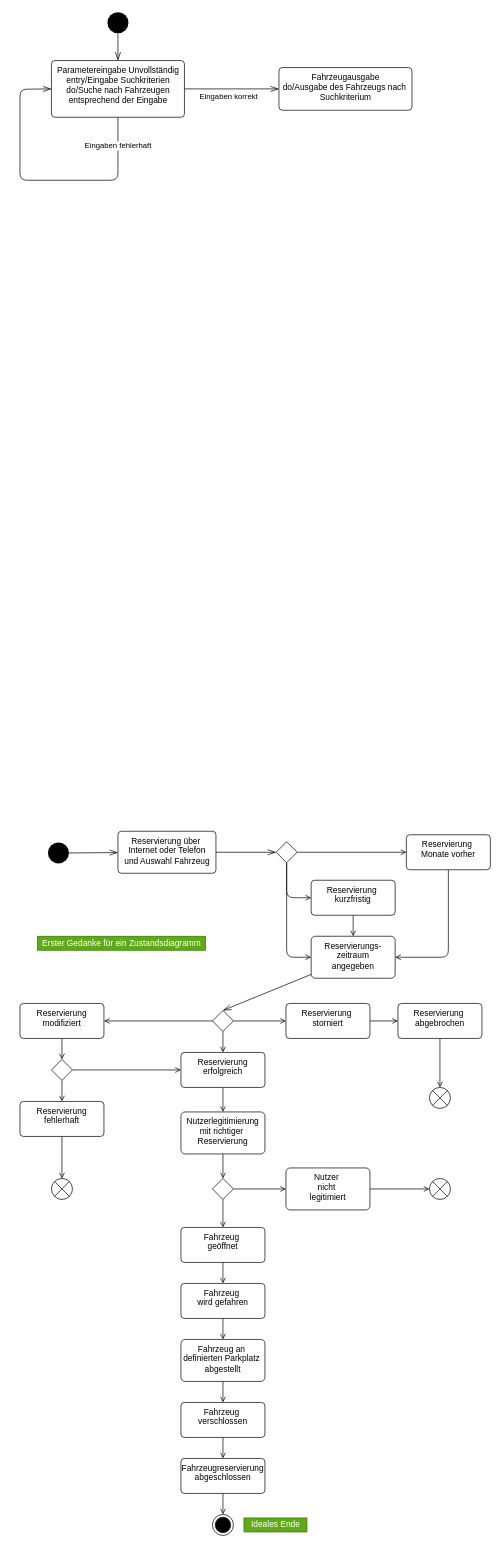
TheBlackDragon4/SWE-HS-Co-Se5 keeps this draw.io diagram as Mini-Praktikum/e-UML-Zustandsdiagramm-Praktikum-TheBlackDragon1.drawio. Above is the earlier version. Source tidied: cells renumbered, new cells numbered last; positions are measured from the earlier drawing's top-left corner, leaving out a move shared by most shapes. Both pictures are drawn from the tidied source at 70%, with x=0, y=0 at pixel (20, 12).
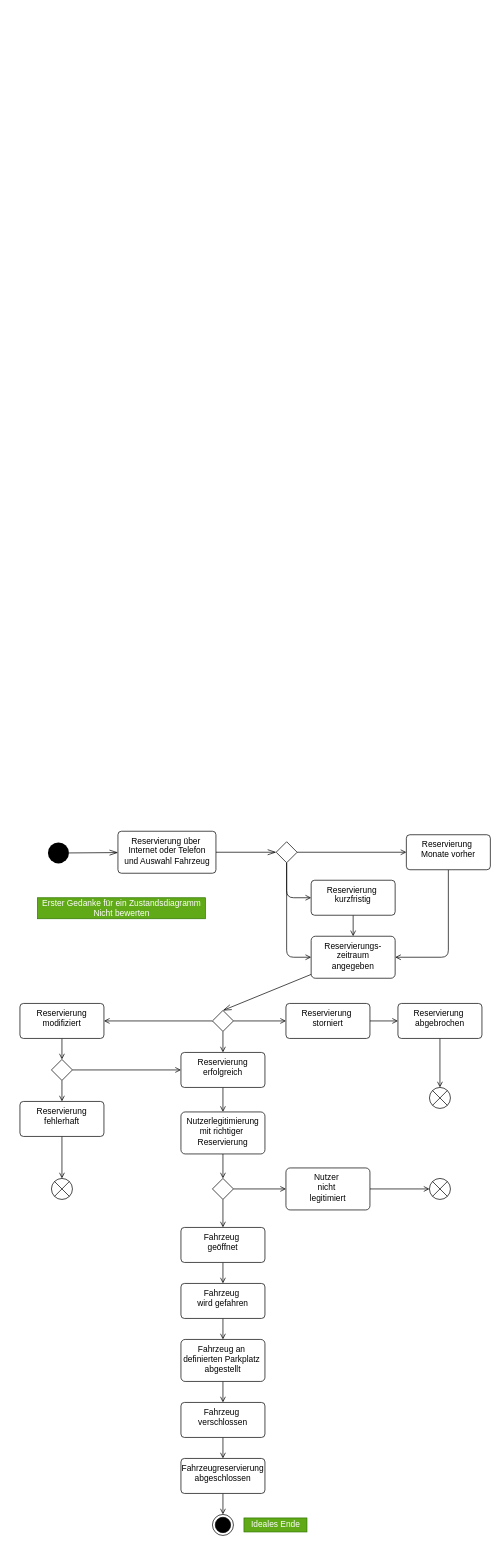
After the change.

Commit message:
update Zustandsdiagramm TBD1

The edit, as a diff of the source:
```diff
@@
-    <mxCell id="2" style="edgeStyle=none;html=1;exitX=0.5;exitY=1;exitDx=0;exitDy=0;endArrow=openThin;endFill=0;endSize=10;" parent="1" edge="1" source="3" target="8">
-      <mxGeometry relative="1" as="geometry" />
-    </mxCell>
-    <mxCell id="3" style="ellipse;fillColor=#000000;strokeColor=none;" parent="1" vertex="1">
-      <mxGeometry x="125" width="30" height="30" as="geometry" />
-    </mxCell>
@@
-    <mxCell id="5" style="edgeStyle=none;html=1;endArrow=openThin;endFill=0;endSize=10;strokeWidth=1;" parent="1" edge="1" source="8" target="56">
-      <mxGeometry relative="1" as="geometry" />
-    </mxCell>
-    <mxCell id="6" style="edgeStyle=none;html=1;endArrow=openThin;endFill=0;endSize=10;strokeWidth=1;entryX=0;entryY=0.5;entryDx=0;entryDy=0;" parent="1" edge="1" source="8" target="8">
-      <mxGeometry relative="1" as="geometry">
-        <Array as="points">
-          <mxPoint x="140" y="240" />
-          <mxPoint y="240" />
-          <mxPoint y="110" />
-        </Array>
-      </mxGeometry>
-    </mxCell>
-    <mxCell id="7" value="Eingaben fehlerhaft" style="edgeLabel;html=1;align=center;verticalAlign=middle;" parent="6" vertex="1">
-      <mxGeometry x="-0.51" relative="1" as="geometry">
-        <mxPoint x="8" y="-50" as="offset" />
-      </mxGeometry>
-    </mxCell>
-    <mxCell id="8" value="Parametereingabe Unvollständig&lt;br&gt;entry/Eingabe Suchkriterien&lt;br&gt;do/Suche nach Fahrzeugen&lt;br&gt;entsprechend der Eingabe" style="html=1;align=center;verticalAlign=top;rounded=1;absoluteArcSize=1;arcSize=10;dashed=0;" parent="1" vertex="1">
-      <mxGeometry x="45" y="69" width="190" height="81" as="geometry" />
-    </mxCell>
@@
-    <mxCell id="55" value="Eingaben korrekt" style="edgeLabel;html=1;align=center;verticalAlign=middle;" parent="1" vertex="1">
-      <mxGeometry x="300" y="120" as="geometry">
-        <mxPoint x="-3" y="-1" as="offset" />
-      </mxGeometry>
-    </mxCell>
-    <mxCell id="56" value="Fahrzeugausgabe&lt;br&gt;do/Ausgabe des Fahrzeugs nach&amp;nbsp;&lt;br&gt;Suchkriterium" style="html=1;align=center;verticalAlign=top;rounded=1;absoluteArcSize=1;arcSize=10;dashed=0;" parent="1" vertex="1">
-      <mxGeometry x="370" y="79" width="190" height="61" as="geometry" />
-    </mxCell>
@@
-    <mxCell id="59" value="Erster Gedanke für ein Zustandsdiagramm" style="text;html=1;align=center;verticalAlign=middle;strokeColor=#2D7600;fillColor=#60a917;fontColor=#ffffff;" parent="1" vertex="1">
-      <mxGeometry x="25" y="1320" width="240" height="20" as="geometry" />
+    <mxCell id="59" value="Erster Gedanke für ein Zustandsdiagramm&lt;br&gt;Nicht bewerten" style="text;html=1;align=center;verticalAlign=middle;strokeColor=#2D7600;fillColor=#60a917;fontColor=#ffffff;" parent="1" vertex="1">
+      <mxGeometry x="25" y="1265" width="240" height="30" as="geometry" />
     </mxCell>
```
